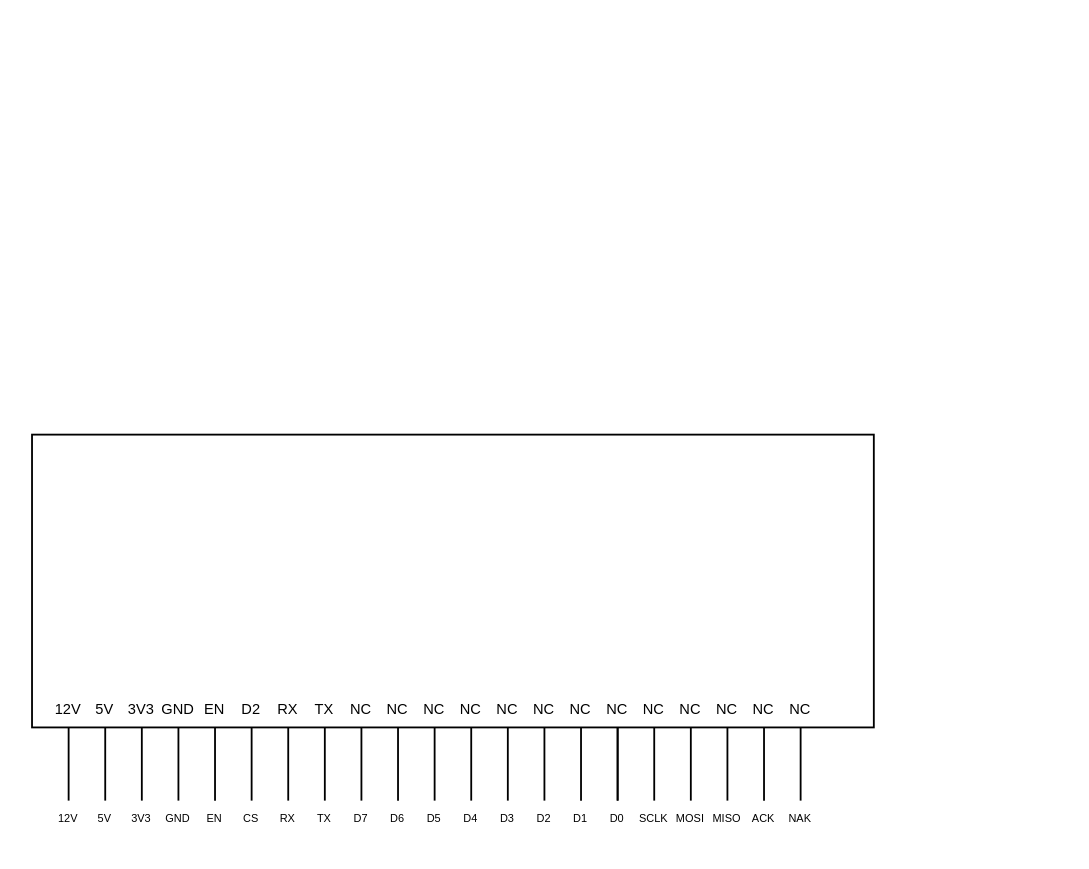
This is gpu.drawio from YuzuMin/Project-OSIRIS, a draw.io file, before an edit. Source tidied: cells renumbered, new cells numbered last; positions are measured from the earlier drawing's top-left corner, leaving out a move shared by most shapes. Both pictures are drawn from the tidied source at 183%, with x=0, y=0 at pixel (31, 434).
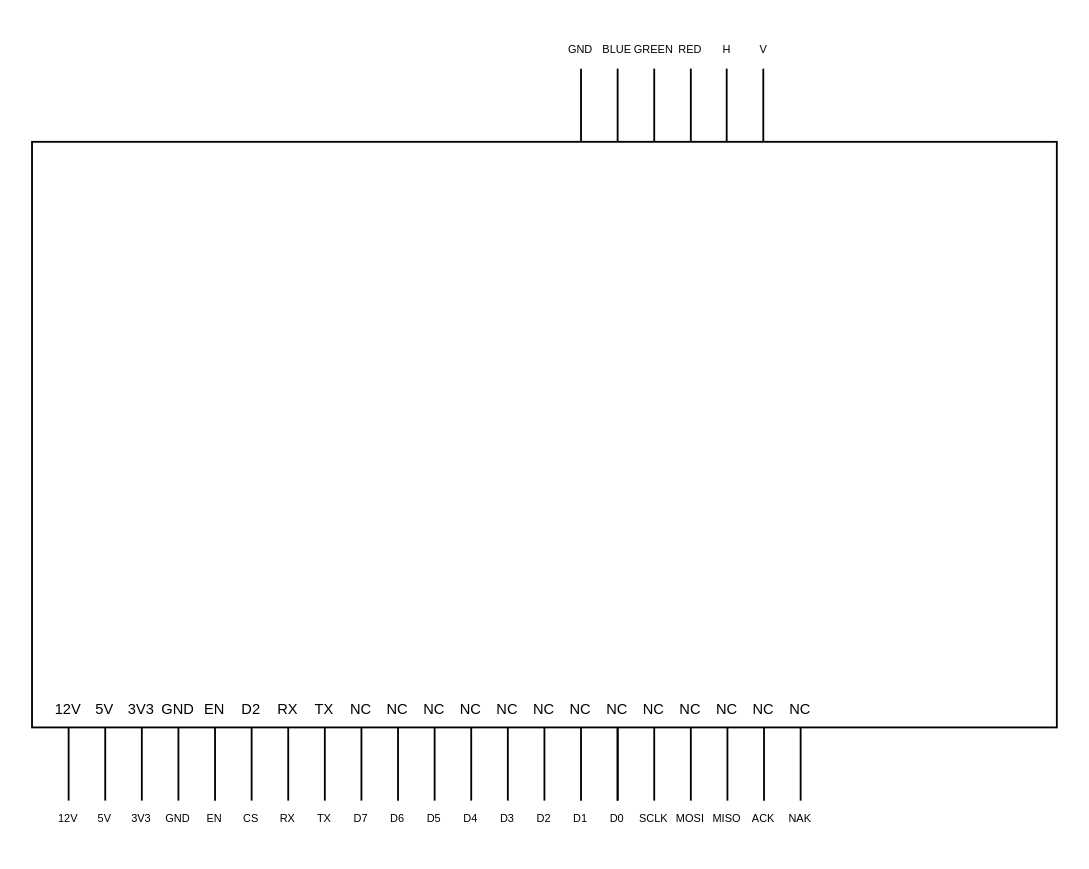
Above is the later version.

What changed in the source:
```diff
@@
     <mxCell id="2" style="rounded=0;whiteSpace=wrap;html=1;" parent="1" vertex="1">
-      <mxGeometry width="460" height="160" as="geometry" />
+      <mxGeometry y="-160" width="560" height="320" as="geometry" />
     </mxCell>
@@
+    <mxCell id="67" style="endArrow=none;html=1;" parent="1" edge="1">
+      <mxGeometry relative="1" as="geometry">
+        <mxPoint x="399.6" y="-160" as="sourcePoint" />
+        <mxPoint x="399.6" y="-200" as="targetPoint" />
+      </mxGeometry>
+    </mxCell>
+    <mxCell id="68" style="endArrow=none;html=1;" parent="1" edge="1">
+      <mxGeometry relative="1" as="geometry">
+        <mxPoint x="379.6" y="-160" as="sourcePoint" />
+        <mxPoint x="379.6" y="-200" as="targetPoint" />
+      </mxGeometry>
+    </mxCell>
+    <mxCell id="69" style="endArrow=none;html=1;" parent="1" edge="1">
+      <mxGeometry relative="1" as="geometry">
+        <mxPoint x="360" y="-160" as="sourcePoint" />
+        <mxPoint x="360" y="-200" as="targetPoint" />
+      </mxGeometry>
+    </mxCell>
+    <mxCell id="70" style="endArrow=none;html=1;" parent="1" edge="1">
+      <mxGeometry relative="1" as="geometry">
+        <mxPoint x="340" y="-160" as="sourcePoint" />
+        <mxPoint x="340" y="-200" as="targetPoint" />
+      </mxGeometry>
+    </mxCell>
+    <mxCell id="71" style="endArrow=none;html=1;" parent="1" edge="1">
+      <mxGeometry relative="1" as="geometry">
+        <mxPoint x="320" y="-160" as="sourcePoint" />
+        <mxPoint x="320" y="-200" as="targetPoint" />
+      </mxGeometry>
+    </mxCell>
+    <mxCell id="72" style="endArrow=none;html=1;" parent="1" edge="1">
+      <mxGeometry relative="1" as="geometry">
+        <mxPoint x="300" y="-160" as="sourcePoint" />
+        <mxPoint x="300" y="-200" as="targetPoint" />
+      </mxGeometry>
+    </mxCell>
+    <mxCell id="73" value="GND" style="text;html=1;strokeColor=none;fillColor=none;align=center;verticalAlign=middle;whiteSpace=wrap;rounded=0;fontSize=6;" parent="1" vertex="1">
+      <mxGeometry x="290" y="-220" width="20" height="20" as="geometry" />
+    </mxCell>
+    <mxCell id="74" value="BLUE" style="text;html=1;strokeColor=none;fillColor=none;align=center;verticalAlign=middle;whiteSpace=wrap;rounded=0;fontSize=6;" parent="1" vertex="1">
+      <mxGeometry x="310" y="-220" width="20" height="20" as="geometry" />
+    </mxCell>
+    <mxCell id="75" value="GREEN" style="text;html=1;strokeColor=none;fillColor=none;align=center;verticalAlign=middle;whiteSpace=wrap;rounded=0;fontSize=6;" parent="1" vertex="1">
+      <mxGeometry x="330" y="-220" width="20" height="20" as="geometry" />
+    </mxCell>
+    <mxCell id="76" value="RED" style="text;html=1;strokeColor=none;fillColor=none;align=center;verticalAlign=middle;whiteSpace=wrap;rounded=0;fontSize=6;" parent="1" vertex="1">
+      <mxGeometry x="350" y="-220" width="20" height="20" as="geometry" />
+    </mxCell>
+    <mxCell id="77" value="H" style="text;html=1;strokeColor=none;fillColor=none;align=center;verticalAlign=middle;whiteSpace=wrap;rounded=0;fontSize=6;" parent="1" vertex="1">
+      <mxGeometry x="370" y="-220" width="20" height="20" as="geometry" />
+    </mxCell>
+    <mxCell id="78" value="V" style="text;html=1;strokeColor=none;fillColor=none;align=center;verticalAlign=middle;whiteSpace=wrap;rounded=0;fontSize=6;" parent="1" vertex="1">
+      <mxGeometry x="390" y="-220" width="20" height="20" as="geometry" />
+    </mxCell>
```
